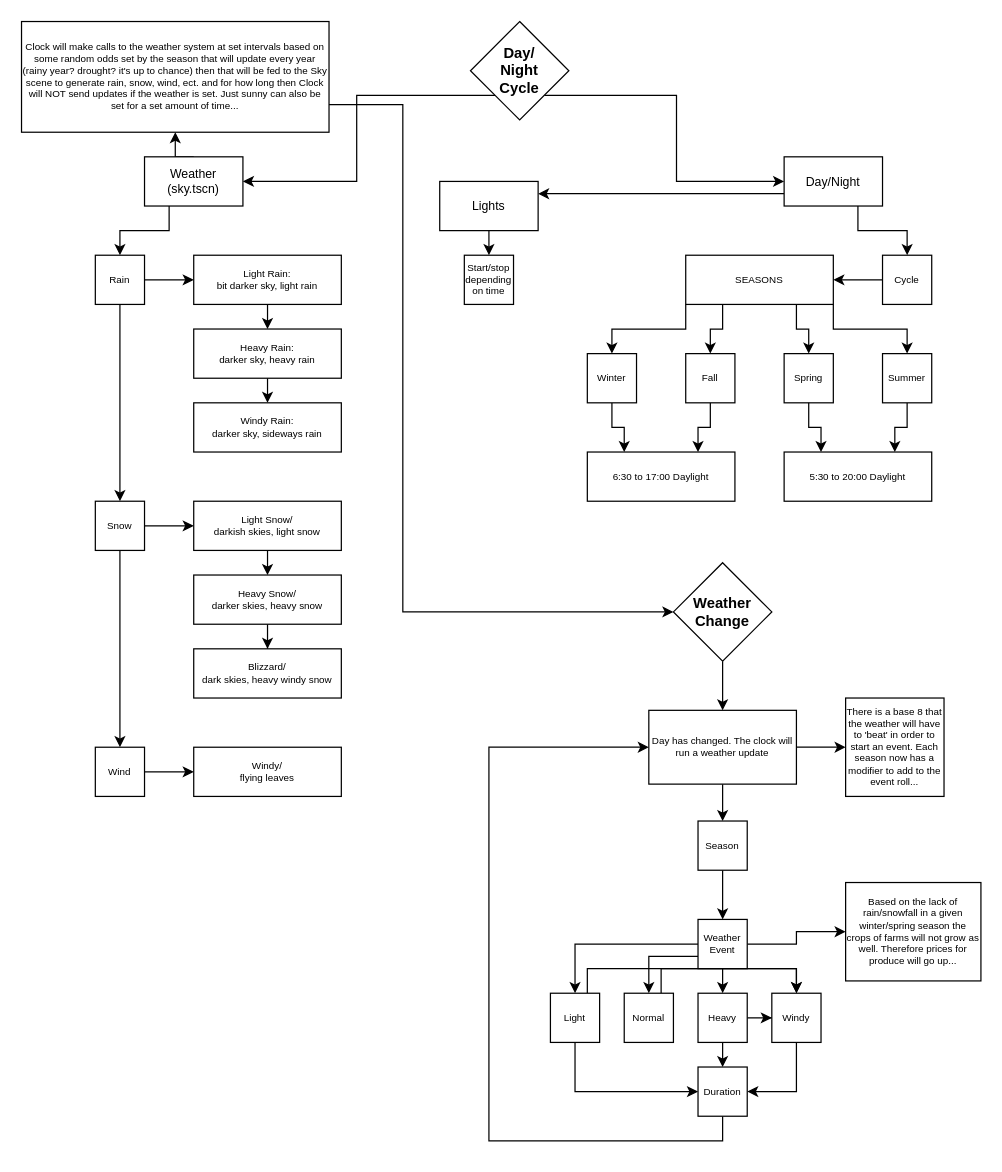
This is Notes/Charts/lightcycle.drawio from ChrisGlenn/Taelus, a draw.io file, before an edit. Source tidied: cells renumbered, new cells numbered last; positions are measured from the earlier drawing's top-left corner, leaving out a move shared by most shapes. Both pictures are drawn from the tidied source at 123%, with x=0, y=0 at pixel (21, 21).
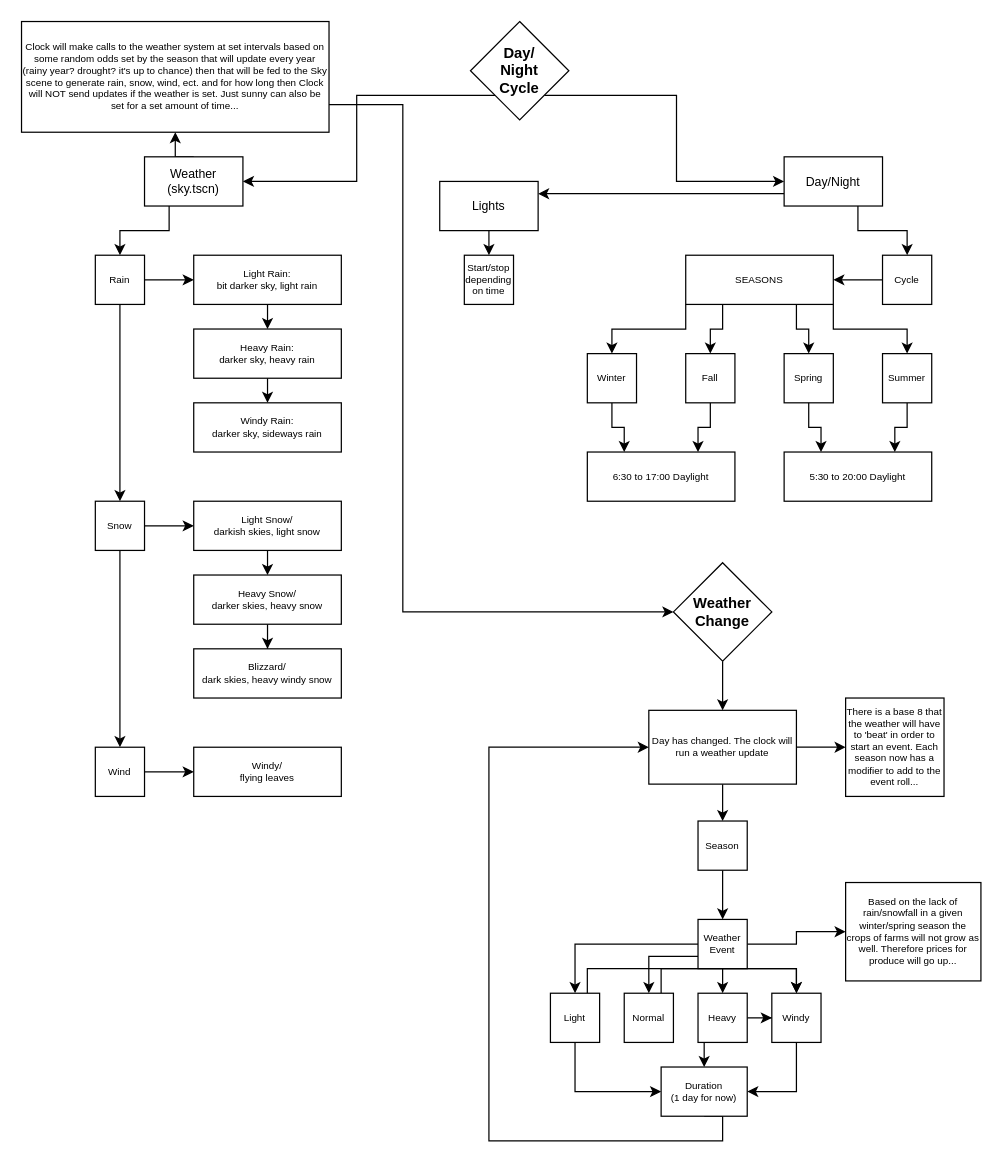
Above is the later version.

The edit, as a diff of the source:
```diff
@@
-    <mxCell id="73" value="Duration" style="rounded=0;whiteSpace=wrap;html=1;fontSize=8;" parent="1" vertex="1">
-      <mxGeometry x="550" y="850" width="40" height="40" as="geometry" />
+    <mxCell id="73" value="Duration&lt;br&gt;(1 day for now)" style="rounded=0;whiteSpace=wrap;html=1;fontSize=8;" parent="1" vertex="1">
+      <mxGeometry x="520" y="850" width="70" height="40" as="geometry" />
     </mxCell>
```
